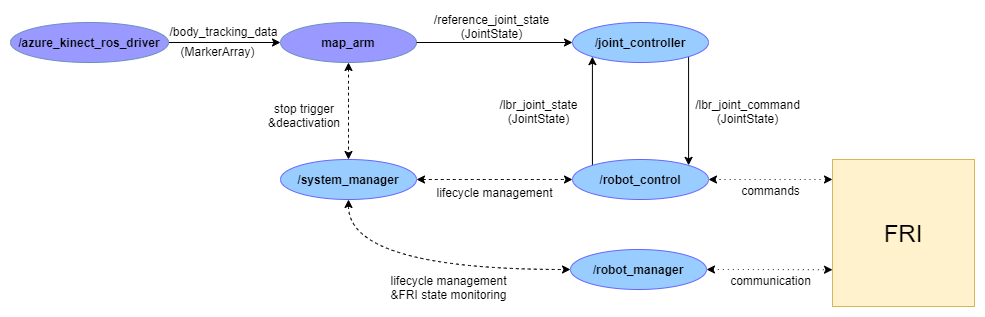
This is images/structure_map_arm.png from kroshu/kinect_ros, a draw.io export, as it was before one commit. Source tidied: cells renumbered, new cells last; positions are measured from the earlier drawing's top-left corner, leaving out a move shared by most shapes. Its diagram source:
```xml
<mxGraphModel>
  <root>
    <mxCell id="0" />
    <mxCell id="1" parent="0" />
    <mxCell id="2" style="edgeStyle=orthogonalEdgeStyle;jettySize=auto;html=1;curved=1;" parent="1" edge="1" source="3" target="5">
      <mxGeometry relative="1" as="geometry" />
    </mxCell>
    <mxCell id="3" value="&lt;b&gt;/azure_kinect_ros_driver&lt;/b&gt;" style="ellipse;whiteSpace=wrap;html=1;strokeColor=#6c8ebf;fillColor=#9999FF;" parent="1" vertex="1">
      <mxGeometry y="12" width="158" height="40" as="geometry" />
    </mxCell>
    <mxCell id="4" style="edgeStyle=orthogonalEdgeStyle;curved=1;jettySize=auto;html=1;exitX=0.5;exitY=1;exitDx=0;exitDy=0;entryX=0.5;entryY=0;entryDx=0;entryDy=0;strokeColor=#000000;dashed=1;startArrow=classic;startFill=1;" parent="1" edge="1" source="5" target="8">
      <mxGeometry relative="1" as="geometry" />
    </mxCell>
    <mxCell id="5" value="&lt;b&gt;map_arm&lt;/b&gt;" style="ellipse;whiteSpace=wrap;html=1;strokeColor=#6c8ebf;fillColor=#9999FF;" parent="1" vertex="1">
      <mxGeometry x="270" y="12" width="136" height="40" as="geometry" />
    </mxCell>
    <mxCell id="6" style="edgeStyle=orthogonalEdgeStyle;curved=1;jettySize=auto;html=1;exitX=1;exitY=0.5;exitDx=0;exitDy=0;entryX=0;entryY=0.5;entryDx=0;entryDy=0;dashed=1;startArrow=classic;startFill=1;strokeColor=#000000;startWidth=6;endWidth=6;" parent="1" edge="1" source="8" target="14">
      <mxGeometry relative="1" as="geometry" />
    </mxCell>
    <mxCell id="7" style="edgeStyle=orthogonalEdgeStyle;curved=1;jettySize=auto;html=1;exitX=0.5;exitY=1;exitDx=0;exitDy=0;entryX=0;entryY=0.5;entryDx=0;entryDy=0;startArrow=classic;startFill=1;strokeColor=#000000;dashed=1;" parent="1" edge="1" source="8" target="16">
      <mxGeometry relative="1" as="geometry" />
    </mxCell>
    <mxCell id="8" value="&lt;b&gt;/system_manager&lt;/b&gt;" style="ellipse;whiteSpace=wrap;html=1;fillColor=#99CCFF;strokeColor=#6666FF;" parent="1" vertex="1">
      <mxGeometry x="270" y="149" width="136" height="40" as="geometry" />
    </mxCell>
    <mxCell id="9" style="edgeStyle=orthogonalEdgeStyle;curved=1;jettySize=auto;html=1;exitX=1;exitY=0.5;exitDx=0;exitDy=0;startArrow=none;startFill=0;strokeColor=#000000;" parent="1" edge="1" source="5" target="11">
      <mxGeometry relative="1" as="geometry" />
    </mxCell>
    <mxCell id="10" style="edgeStyle=orthogonalEdgeStyle;curved=1;jettySize=auto;html=1;exitX=1;exitY=1;exitDx=0;exitDy=0;strokeColor=#000000;entryX=1;entryY=0;entryDx=0;entryDy=0;" parent="1" edge="1" source="11" target="14">
      <mxGeometry relative="1" as="geometry" />
    </mxCell>
    <mxCell id="11" value="&lt;b&gt;/joint_controller&lt;/b&gt;" style="ellipse;whiteSpace=wrap;html=1;fillColor=#99CCFF;strokeColor=#6666FF;" parent="1" vertex="1">
      <mxGeometry x="562" y="12" width="136" height="40" as="geometry" />
    </mxCell>
    <mxCell id="12" style="edgeStyle=orthogonalEdgeStyle;curved=1;jettySize=auto;html=1;exitX=1;exitY=0.5;exitDx=0;exitDy=0;dashed=1;startArrow=classic;startFill=1;strokeColor=#000000;dashPattern=1 4;entryX=0;entryY=0.136;entryDx=0;entryDy=0;entryPerimeter=0;" parent="1" edge="1" source="14" target="17">
      <mxGeometry relative="1" as="geometry" />
    </mxCell>
    <mxCell id="13" style="edgeStyle=orthogonalEdgeStyle;curved=1;jettySize=auto;html=1;exitX=0;exitY=0;exitDx=0;exitDy=0;entryX=0;entryY=1;entryDx=0;entryDy=0;startArrow=none;startFill=0;strokeColor=#000000;" parent="1" edge="1" source="14" target="11">
      <mxGeometry relative="1" as="geometry" />
    </mxCell>
    <mxCell id="14" value="&lt;b&gt;/robot_control&lt;/b&gt;" style="ellipse;whiteSpace=wrap;html=1;fillColor=#99CCFF;strokeColor=#6666FF;" parent="1" vertex="1">
      <mxGeometry x="562" y="149" width="136" height="40" as="geometry" />
    </mxCell>
    <mxCell id="15" style="edgeStyle=orthogonalEdgeStyle;curved=1;jettySize=auto;html=1;exitX=1;exitY=0.5;exitDx=0;exitDy=0;entryX=0;entryY=0.75;entryDx=0;entryDy=0;dashed=1;startArrow=classic;startFill=1;strokeColor=#000000;dashPattern=1 4;" parent="1" edge="1" source="16" target="17">
      <mxGeometry relative="1" as="geometry" />
    </mxCell>
    <mxCell id="16" value="&lt;b&gt;/robot_manager&lt;/b&gt;" style="ellipse;whiteSpace=wrap;html=1;fillColor=#99CCFF;strokeColor=#6666FF;" parent="1" vertex="1">
      <mxGeometry x="560" y="239" width="136" height="40" as="geometry" />
    </mxCell>
    <mxCell id="17" value="&lt;font style=&quot;font-size: 24px&quot;&gt;FRI&lt;/font&gt;" style="rounded=0;whiteSpace=wrap;html=1;fillColor=#fff2cc;strokeColor=#d6b656;" parent="1" vertex="1">
      <mxGeometry x="822" y="149" width="142" height="147" as="geometry" />
    </mxCell>
    <mxCell id="18" value="/body_tracking_data" style="text;html=1;align=center;verticalAlign=middle;strokeColor=none;fillColor=none;" parent="1" vertex="1">
      <mxGeometry x="154" y="12" width="118" height="18" as="geometry" />
    </mxCell>
    <mxCell id="19" value="(MarkerArray)" style="text;html=1;align=center;verticalAlign=middle;strokeColor=none;fillColor=none;" parent="1" vertex="1">
      <mxGeometry x="165" y="32" width="84" height="18" as="geometry" />
    </mxCell>
    <mxCell id="20" value="/reference_joint_state&lt;br&gt;(JointState)" style="text;html=1;align=center;verticalAlign=middle;strokeColor=none;fillColor=none;" parent="1" vertex="1">
      <mxGeometry x="418" width="125" height="32" as="geometry" />
    </mxCell>
    <mxCell id="21" value="/lbr_joint_state&lt;br&gt;(JointState)" style="text;html=1;align=center;verticalAlign=middle;strokeColor=none;fillColor=none;" parent="1" vertex="1">
      <mxGeometry x="484" y="85" width="88" height="32" as="geometry" />
    </mxCell>
    <mxCell id="22" value="communication" style="text;html=1;align=center;verticalAlign=middle;strokeColor=none;fillColor=none;" parent="1" vertex="1">
      <mxGeometry x="714" y="261" width="91" height="18" as="geometry" />
    </mxCell>
    <mxCell id="23" value="commands" style="text;html=1;align=center;verticalAlign=middle;strokeColor=none;fillColor=none;" parent="1" vertex="1">
      <mxGeometry x="725" y="171" width="69" height="18" as="geometry" />
    </mxCell>
    <mxCell id="24" value="lifecycle management&lt;br&gt;&amp;amp;FRI state monitoring" style="text;html=1;align=center;verticalAlign=middle;strokeColor=none;fillColor=none;" parent="1" vertex="1">
      <mxGeometry x="375" y="261" width="126" height="32" as="geometry" />
    </mxCell>
    <mxCell id="25" value="lifecycle management" style="text;html=1;align=center;verticalAlign=middle;strokeColor=none;fillColor=none;" parent="1" vertex="1">
      <mxGeometry x="421" y="173" width="126" height="18" as="geometry" />
    </mxCell>
    <mxCell id="26" value="/lbr_joint_command&lt;br&gt;(JointState)" style="text;html=1;align=center;verticalAlign=middle;strokeColor=none;fillColor=none;" parent="1" vertex="1">
      <mxGeometry x="679" y="85" width="115" height="32" as="geometry" />
    </mxCell>
    <mxCell id="27" value="&lt;span style=&quot;color: rgb(0, 0, 0); font-family: helvetica; font-size: 12px; font-style: normal; font-weight: 400; letter-spacing: normal; text-indent: 0px; text-transform: none; word-spacing: 0px; background-color: rgb(255, 255, 255); display: inline; float: none;&quot;&gt;stop trigger&lt;br&gt;&amp;amp;deactivation&lt;br&gt;&lt;/span&gt;" style="text;whiteSpace=wrap;html=1;align=center;" parent="1" vertex="1">
      <mxGeometry x="256" y="85" width="76" height="36" as="geometry" />
    </mxCell>
  </root>
</mxGraphModel>
```
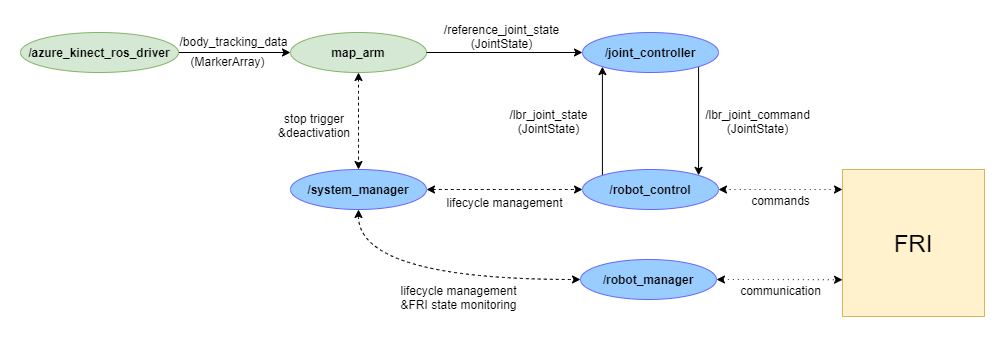
Later version of the same file.

Diff of the diagram source:
```diff
@@ -5,13 +5,13 @@
     <mxCell id="2" style="edgeStyle=orthogonalEdgeStyle;jettySize=auto;html=1;curved=1;" parent="1" edge="1" source="3" target="5">
       <mxGeometry relative="1" as="geometry" />
     </mxCell>
-    <mxCell id="3" value="&lt;b&gt;/azure_kinect_ros_driver&lt;/b&gt;" style="ellipse;whiteSpace=wrap;html=1;strokeColor=#6c8ebf;fillColor=#9999FF;" parent="1" vertex="1">
+    <mxCell id="3" value="&lt;b&gt;/azure_kinect_ros_driver&lt;/b&gt;" style="ellipse;whiteSpace=wrap;html=1;strokeColor=#82b366;fillColor=#d5e8d4;" parent="1" vertex="1">
       <mxGeometry y="12" width="158" height="40" as="geometry" />
     </mxCell>
     <mxCell id="4" style="edgeStyle=orthogonalEdgeStyle;curved=1;jettySize=auto;html=1;exitX=0.5;exitY=1;exitDx=0;exitDy=0;entryX=0.5;entryY=0;entryDx=0;entryDy=0;strokeColor=#000000;dashed=1;startArrow=classic;startFill=1;" parent="1" edge="1" source="5" target="8">
       <mxGeometry relative="1" as="geometry" />
     </mxCell>
-    <mxCell id="5" value="&lt;b&gt;map_arm&lt;/b&gt;" style="ellipse;whiteSpace=wrap;html=1;strokeColor=#6c8ebf;fillColor=#9999FF;" parent="1" vertex="1">
+    <mxCell id="5" value="&lt;b&gt;map_arm&lt;/b&gt;" style="ellipse;whiteSpace=wrap;html=1;strokeColor=#82b366;fillColor=#d5e8d4;" parent="1" vertex="1">
       <mxGeometry x="270" y="12" width="136" height="40" as="geometry" />
     </mxCell>
     <mxCell id="6" style="edgeStyle=orthogonalEdgeStyle;curved=1;jettySize=auto;html=1;exitX=1;exitY=0.5;exitDx=0;exitDy=0;entryX=0;entryY=0.5;entryDx=0;entryDy=0;dashed=1;startArrow=classic;startFill=1;strokeColor=#000000;startWidth=6;endWidth=6;" parent="1" edge="1" source="8" target="14">
```
